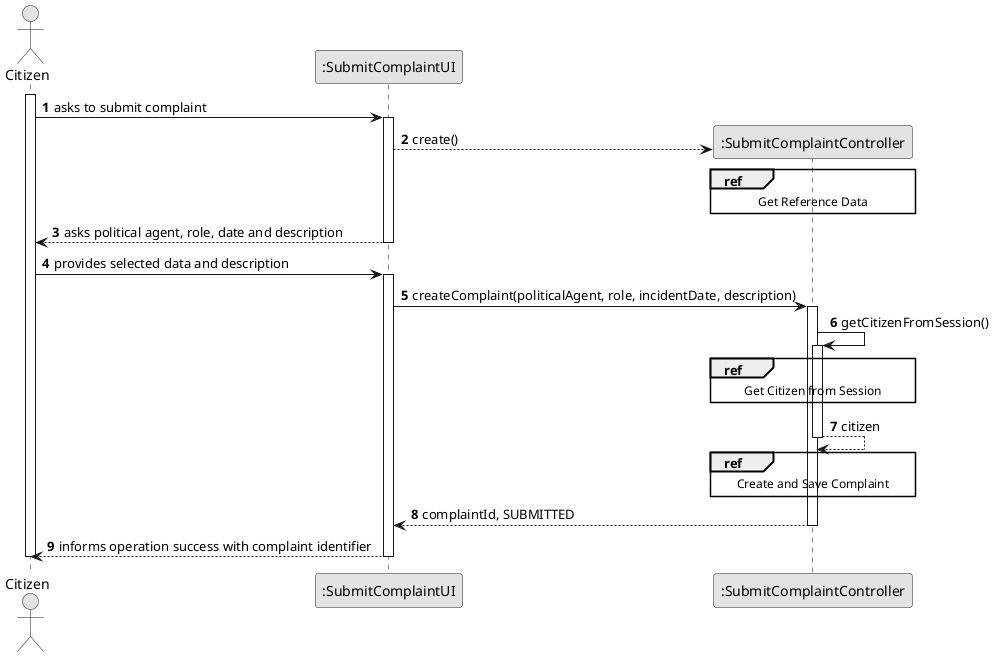
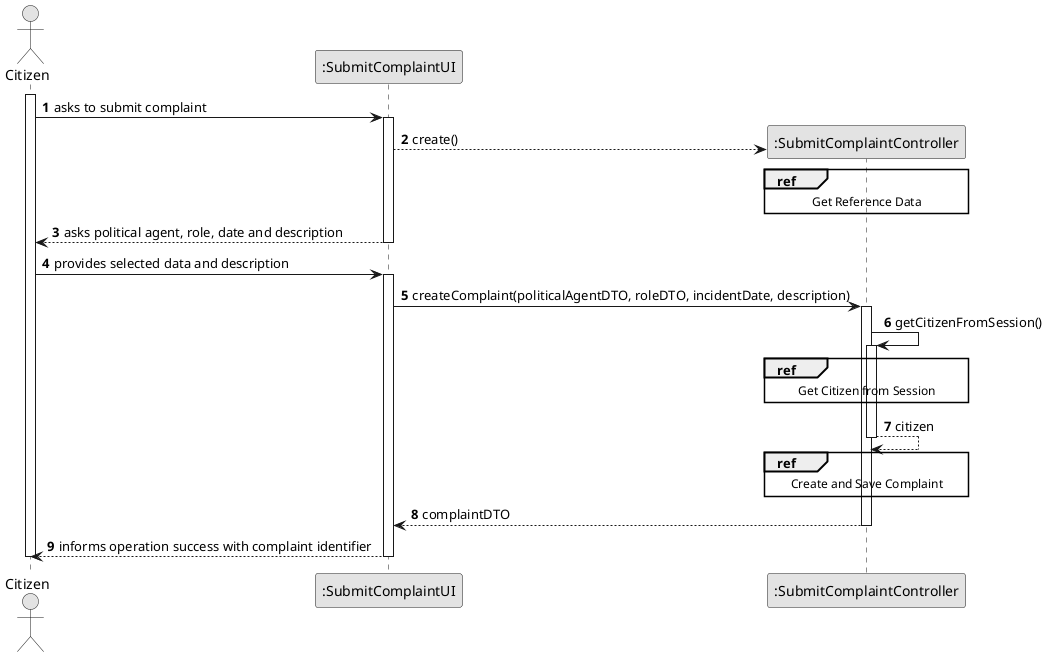
@startuml
skinparam monochrome true
skinparam packageStyle rectangle
skinparam shadowing false

autonumber

actor "Citizen" as CITIZEN_ACTOR

participant ":SubmitComplaintUI" as UI
participant ":SubmitComplaintController" as CTRL

activate CITIZEN_ACTOR

    CITIZEN_ACTOR -> UI : asks to submit complaint
    activate UI
        UI --> CTRL** : create()

        ref over CTRL
            Get Reference Data
        end ref

        UI --> CITIZEN_ACTOR : asks political agent, role, date and description
    deactivate UI

    CITIZEN_ACTOR -> UI : provides selected data and description
    activate UI
-         UI -> CTRL : createComplaint(politicalAgent, role, incidentDate, description)
+         UI -> CTRL : createComplaint(politicalAgentDTO, roleDTO, incidentDate, description)
        activate CTRL

            CTRL -> CTRL : getCitizenFromSession()
            activate CTRL
                ref over CTRL
                    Get Citizen from Session
                end ref
                CTRL --> CTRL : citizen
            deactivate CTRL

            ref over CTRL
                Create and Save Complaint
            end ref

-             CTRL --> UI : complaintId, SUBMITTED
+             CTRL --> UI : complaintDTO
        deactivate CTRL

        UI --> CITIZEN_ACTOR : informs operation success with complaint identifier
    deactivate UI

deactivate CITIZEN_ACTOR

@enduml
